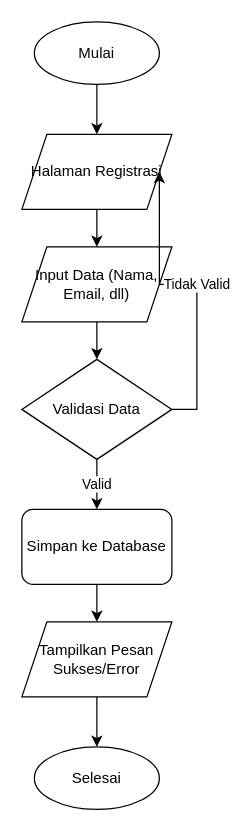
Before: diagram/flowchart/03_customer_register.drawio in RajaSunrise/ud_zivana, a draw.io diagram. Source tidied: cells renumbered, new cells numbered last; positions are measured from the earlier drawing's top-left corner, leaving out a move shared by most shapes. Both pictures are drawn from the tidied source at 125%, with x=0, y=0 at pixel (21, 21).
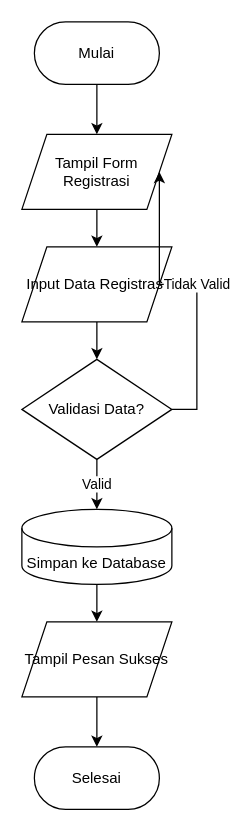
The same page after the edit.

Change to the diagram source:
```diff
@@
 <mxGraphModel>
   <root>
     <mxCell id="0" />
     <mxCell id="1" parent="0" />
-    <mxCell id="2" value="Mulai" style="ellipse;whiteSpace=wrap;html=1;" parent="1" vertex="1">
+    <mxCell id="2" value="Mulai" style="rounded=1;whiteSpace=wrap;html=1;arcSize=50;" parent="1" vertex="1">
       <mxGeometry x="10" width="100" height="50" as="geometry" />
     </mxCell>
-    <mxCell id="3" value="Halaman Registrasi" style="shape=parallelogram;perimeter=parallelogramPerimeter;whiteSpace=wrap;html=1;fixedSize=1;" parent="1" vertex="1">
+    <mxCell id="3" value="Tampil Form Registrasi" style="shape=parallelogram;perimeter=parallelogramPerimeter;whiteSpace=wrap;html=1;fixedSize=1;" parent="1" vertex="1">
       <mxGeometry y="90" width="120" height="60" as="geometry" />
     </mxCell>
-    <mxCell id="4" value="Input Data (Nama, Email, dll)" style="shape=parallelogram;perimeter=parallelogramPerimeter;whiteSpace=wrap;html=1;fixedSize=1;" parent="1" vertex="1">
+    <mxCell id="4" value="Input Data Registrasi" style="shape=parallelogram;perimeter=parallelogramPerimeter;whiteSpace=wrap;html=1;fixedSize=1;" parent="1" vertex="1">
       <mxGeometry y="180" width="120" height="60" as="geometry" />
     </mxCell>
-    <mxCell id="5" value="Validasi Data" style="rhombus;whiteSpace=wrap;html=1;" parent="1" vertex="1">
+    <mxCell id="5" value="Validasi Data?" style="rhombus;whiteSpace=wrap;html=1;" parent="1" vertex="1">
       <mxGeometry y="270" width="120" height="80" as="geometry" />
     </mxCell>
-    <mxCell id="6" value="Simpan ke Database" style="rounded=1;whiteSpace=wrap;html=1;" parent="1" vertex="1">
+    <mxCell id="6" value="Simpan ke Database" style="shape=cylinder3;whiteSpace=wrap;html=1;boundedLbl=1;backgroundOutline=1;size=15;" parent="1" vertex="1">
       <mxGeometry y="390" width="120" height="60" as="geometry" />
     </mxCell>
-    <mxCell id="7" value="Tampilkan Pesan Sukses/Error" style="shape=parallelogram;perimeter=parallelogramPerimeter;whiteSpace=wrap;html=1;fixedSize=1;" parent="1" vertex="1">
+    <mxCell id="7" value="Tampil Pesan Sukses" style="shape=parallelogram;perimeter=parallelogramPerimeter;whiteSpace=wrap;html=1;fixedSize=1;" parent="1" vertex="1">
       <mxGeometry y="480" width="120" height="60" as="geometry" />
     </mxCell>
-    <mxCell id="8" value="Selesai" style="ellipse;whiteSpace=wrap;html=1;" parent="1" vertex="1">
+    <mxCell id="8" value="Selesai" style="rounded=1;whiteSpace=wrap;html=1;arcSize=50;" parent="1" vertex="1">
       <mxGeometry x="10" y="580" width="100" height="50" as="geometry" />
     </mxCell>
     <mxCell id="9" style="edgeStyle=orthogonalEdgeStyle;rounded=0;jettySize=auto;html=1;" parent="1" edge="1" source="2" target="3">
       <mxGeometry relative="1" as="geometry" />
     </mxCell>
     <mxCell id="10" style="edgeStyle=orthogonalEdgeStyle;rounded=0;jettySize=auto;html=1;" parent="1" edge="1" source="3" target="4">
       <mxGeometry relative="1" as="geometry" />
     </mxCell>
     <mxCell id="11" style="edgeStyle=orthogonalEdgeStyle;rounded=0;jettySize=auto;html=1;" parent="1" edge="1" source="4" target="5">
       <mxGeometry relative="1" as="geometry" />
     </mxCell>
     <mxCell id="12" value="Valid" style="edgeStyle=orthogonalEdgeStyle;rounded=0;jettySize=auto;html=1;" parent="1" edge="1" source="5" target="6">
       <mxGeometry relative="1" as="geometry" />
     </mxCell>
     <mxCell id="13" value="Tidak Valid" style="edgeStyle=orthogonalEdgeStyle;rounded=0;jettySize=auto;html=1;entryX=1;entryY=0.5;exitX=1;exitY=0.5;" parent="1" edge="1" source="5" target="3">
       <mxGeometry relative="1" as="geometry" />
     </mxCell>
     <mxCell id="14" style="edgeStyle=orthogonalEdgeStyle;rounded=0;jettySize=auto;html=1;" parent="1" edge="1" source="6" target="7">
       <mxGeometry relative="1" as="geometry" />
     </mxCell>
     <mxCell id="15" style="edgeStyle=orthogonalEdgeStyle;rounded=0;jettySize=auto;html=1;" parent="1" edge="1" source="7" target="8">
       <mxGeometry relative="1" as="geometry" />
     </mxCell>
   </root>
 </mxGraphModel>
```
